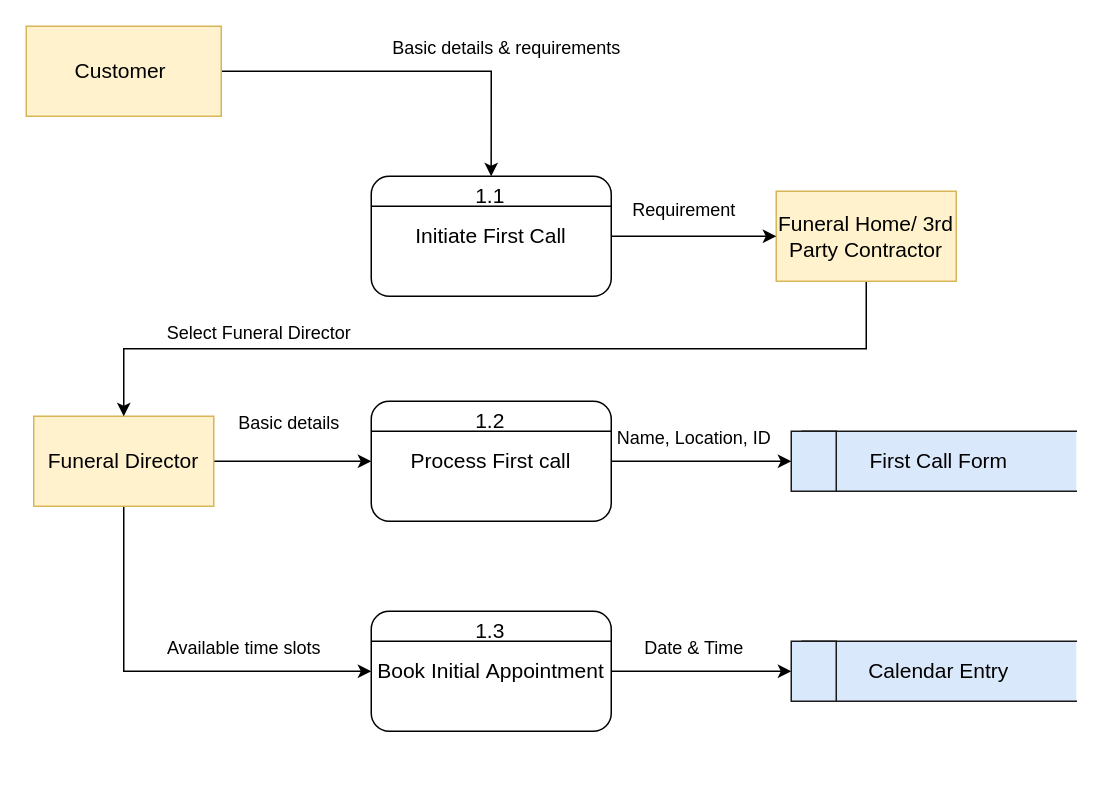
Buddhika-Pathirathna/DiagramsRepo keeps this draw.io diagram as page "DFD-1 - Execute First Call" (9 of 11) of Untitled Diagram.drawio. Above is the earlier version. Source tidied: cells renumbered, new cells numbered last; positions are measured from the earlier drawing's top-left corner, leaving out a move shared by most shapes. Both pictures are drawn from the tidied source at 150%, with x=0, y=0 at pixel (26, 26).
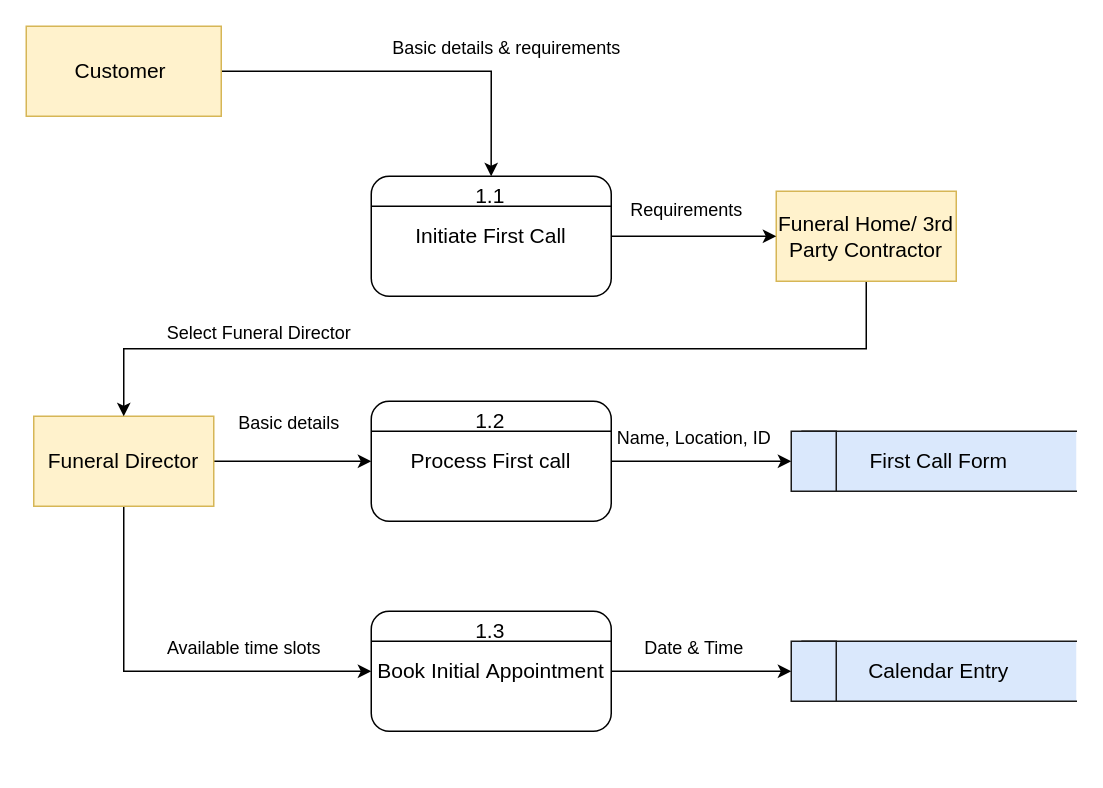
The same page after the edit.

Change to the diagram source:
```diff
@@
-    <mxCell id="36" value="Requirement&amp;nbsp;" style="text;html=1;align=center;verticalAlign=middle;strokeColor=none;fillColor=none;" parent="1" vertex="1">
+    <mxCell id="36" value="Requirements" style="text;html=1;align=center;verticalAlign=middle;strokeColor=none;fillColor=none;" parent="1" vertex="1">
       <mxGeometry x="390" y="108" width="100" height="30" as="geometry" />
     </mxCell>
```
